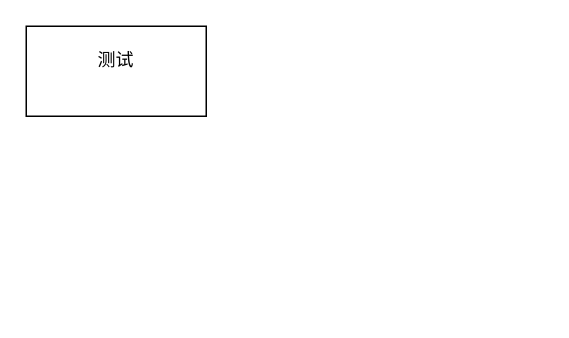
This is 未命名绘图.drawio from FrontierSetter/my_drawio, a draw.io file, before an edit. Source tidied: cells renumbered, new cells numbered last; positions are measured from the earlier drawing's top-left corner, leaving out a move shared by most shapes. Both pictures are drawn from the tidied source at 150%, with x=0, y=0 at pixel (26, 26).
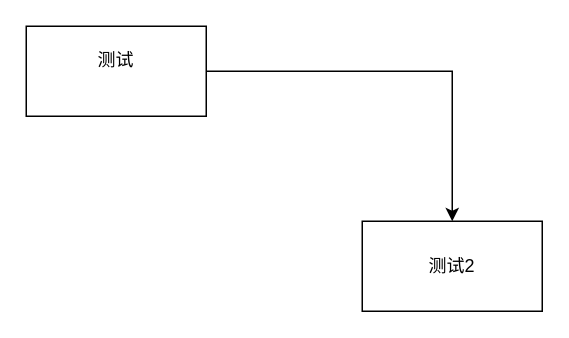
Above is the later version.

Commit message:
更新未命名绘图.drawio

Change to the diagram source:
```diff
@@
 <mxGraphModel>
   <root>
     <mxCell id="0" />
     <mxCell id="1" parent="0" />
+    <mxCell id="3" style="edgeStyle=orthogonalEdgeStyle;rounded=0;jettySize=auto;html=1;entryX=0.5;entryY=0;entryDx=0;entryDy=0;" parent="1" edge="1" source="2" target="4">
+      <mxGeometry relative="1" as="geometry" />
+    </mxCell>
     <mxCell id="2" value="测试&lt;div&gt;&lt;br&gt;&lt;/div&gt;" style="rounded=0;whiteSpace=wrap;html=1;" parent="1" vertex="1">
       <mxGeometry width="120" height="60" as="geometry" />
     </mxCell>
+    <mxCell id="4" value="测试2" style="rounded=0;whiteSpace=wrap;html=1;" parent="1" vertex="1">
+      <mxGeometry x="224" y="130" width="120" height="60" as="geometry" />
+    </mxCell>
   </root>
 </mxGraphModel>
```
